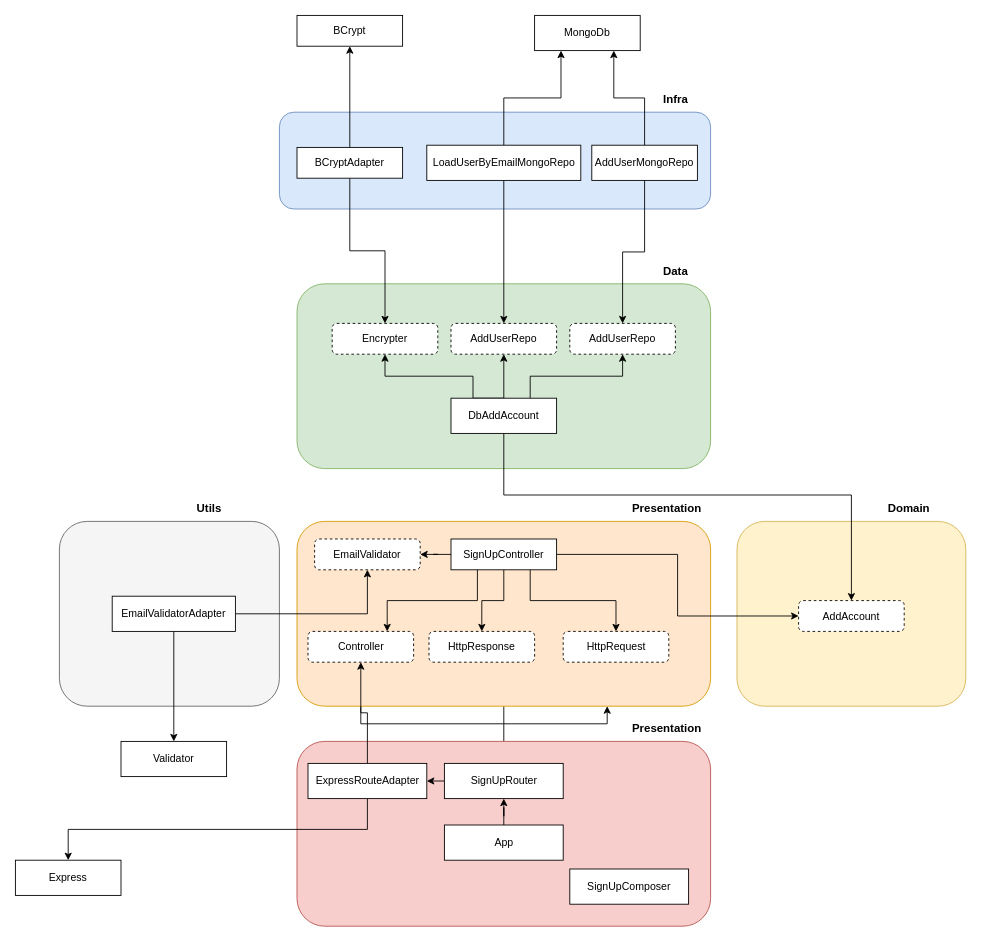
usystemsoftwares/tdd-clean-architecture keeps this draw.io diagram as docs/diagrams/entities.drawio. Above is the earlier version. Source tidied: cells renumbered, new cells numbered last; positions are measured from the earlier drawing's top-left corner, leaving out a move shared by most shapes. Both pictures are drawn from the tidied source at 88%, with x=0, y=0 at pixel (15, 15).
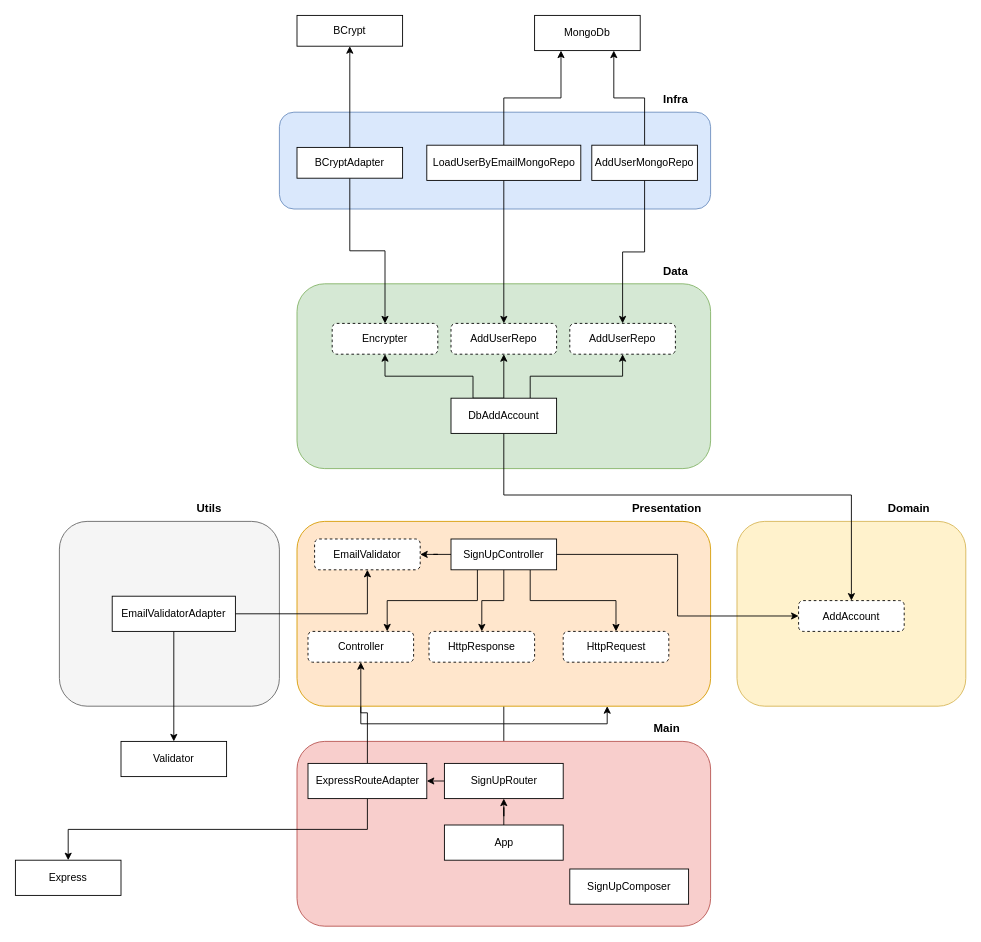
The same diagram, later.

What changed in the source:
```diff
@@
-    <mxCell id="51" value="&lt;b&gt;&lt;font style=&quot;font-size: 13px;&quot;&gt;Presentation&lt;/font&gt;&lt;/b&gt;" style="text;html=1;align=center;verticalAlign=middle;strokeColor=none;fillColor=none;" parent="1" vertex="1">
-      <mxGeometry x="690" y="795" width="100" height="30" as="geometry" />
+    <mxCell id="51" value="&lt;b&gt;&lt;font style=&quot;font-size: 13px&quot;&gt;Main&lt;/font&gt;&lt;/b&gt;" style="text;html=1;align=center;verticalAlign=middle;strokeColor=none;fillColor=none;" parent="1" vertex="1">
+      <mxGeometry x="715" y="800" width="50" height="20" as="geometry" />
     </mxCell>
```
